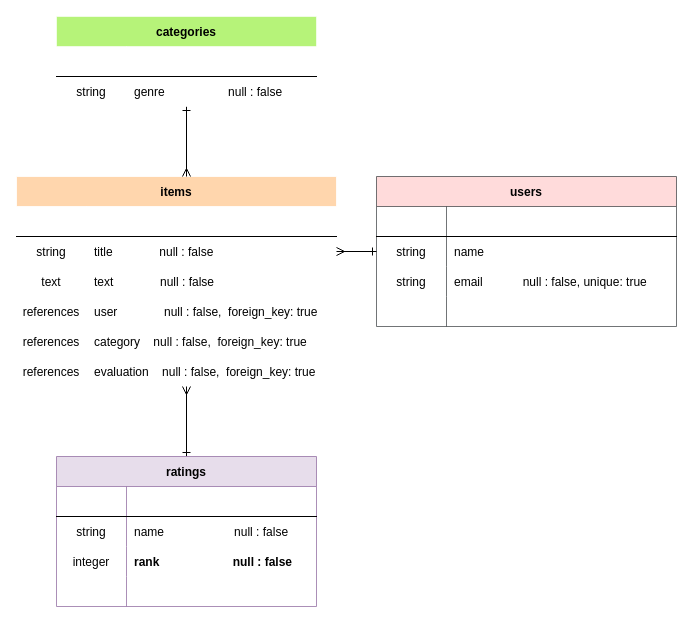
shigeruhanafusa/game_review keeps this draw.io diagram as game_review.dio. Above is the earlier version. Source tidied: cells renumbered, new cells numbered last; positions are measured from the earlier drawing's top-left corner, leaving out a move shared by most shapes. Both pictures are drawn from the tidied source at 100%, with x=0, y=0 at pixel (16, 16).
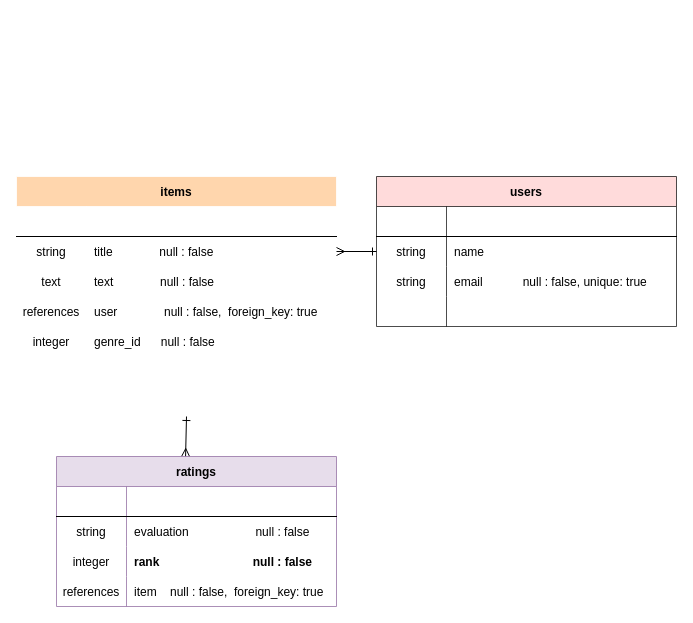
The same diagram, later.

The edit, as a diff of the source:
```diff
@@
     <mxCell id="2" value="items" style="shape=table;startSize=30;childLayout=tableLayout;rowLines=0;fontStyle=1;align=center;fillColor=#ffcc99;strokeColor=#FFFFFF;opacity=80;fontColor=#000000;" parent="1" vertex="1">
-      <mxGeometry y="160" width="320" height="210" as="geometry" />
+      <mxGeometry y="160" width="320" height="240" as="geometry" />
     </mxCell>
@@
+    <mxCell id="57" style="shape=partialRectangle;fillColor=none;top=0;left=0;bottom=0;right=0;strokeColor=default;" parent="2" vertex="1">
+      <mxGeometry y="150" width="320" height="30" as="geometry" />
+    </mxCell>
+    <mxCell id="58" value="integer" style="shape=partialRectangle;fillColor=none;top=0;left=0;bottom=0;right=0;fontStyle=0;overflow=hidden;strokeColor=default;" parent="57" vertex="1">
+      <mxGeometry width="70" height="30" as="geometry" />
+    </mxCell>
+    <mxCell id="59" value="genre_id      null : false" style="shape=partialRectangle;fillColor=none;top=0;left=0;bottom=0;right=0;align=left;spacingLeft=6;fontStyle=0;overflow=hidden;strokeColor=default;" parent="57" vertex="1">
+      <mxGeometry x="70" width="250" height="30" as="geometry" />
+    </mxCell>
     <mxCell id="15" style="shape=partialRectangle;fillColor=none;top=0;left=0;bottom=0;right=0;" parent="2" vertex="1">
-      <mxGeometry y="150" width="320" height="30" as="geometry" />
+      <mxGeometry y="180" width="320" height="30" as="geometry" />
     </mxCell>
-    <mxCell id="16" value="references" style="shape=partialRectangle;fillColor=none;top=0;left=0;bottom=0;right=0;fontStyle=0;overflow=hidden;" parent="15" vertex="1">
+    <mxCell id="16" style="shape=partialRectangle;fillColor=none;top=0;left=0;bottom=0;right=0;fontStyle=0;overflow=hidden;" parent="15" vertex="1">
       <mxGeometry width="70" height="30" as="geometry" />
     </mxCell>
-    <mxCell id="17" value="category    null : false,  foreign_key: true" style="shape=partialRectangle;fillColor=none;top=0;left=0;bottom=0;right=0;align=left;spacingLeft=6;fontStyle=0;overflow=hidden;" parent="15" vertex="1">
+    <mxCell id="17" style="shape=partialRectangle;fillColor=none;top=0;left=0;bottom=0;right=0;align=left;spacingLeft=6;fontStyle=0;overflow=hidden;" parent="15" vertex="1">
       <mxGeometry x="70" width="250" height="30" as="geometry" />
     </mxCell>
     <mxCell id="18" style="shape=partialRectangle;fillColor=none;top=0;left=0;bottom=0;right=0;" parent="2" vertex="1">
-      <mxGeometry y="180" width="320" height="30" as="geometry" />
+      <mxGeometry y="210" width="320" height="30" as="geometry" />
     </mxCell>
-    <mxCell id="19" value="references" style="shape=partialRectangle;fillColor=none;top=0;left=0;bottom=0;right=0;fontStyle=0;overflow=hidden;" parent="18" vertex="1">
+    <mxCell id="19" style="shape=partialRectangle;fillColor=none;top=0;left=0;bottom=0;right=0;fontStyle=0;overflow=hidden;" parent="18" vertex="1">
       <mxGeometry width="70" height="30" as="geometry" />
     </mxCell>
-    <mxCell id="20" value="evaluation    null : false,  foreign_key: true" style="shape=partialRectangle;fillColor=none;top=0;left=0;bottom=0;right=0;align=left;spacingLeft=6;fontStyle=0;overflow=hidden;" parent="18" vertex="1">
+    <mxCell id="20" style="shape=partialRectangle;fillColor=none;top=0;left=0;bottom=0;right=0;align=left;spacingLeft=6;fontStyle=0;overflow=hidden;" parent="18" vertex="1">
       <mxGeometry x="70" width="250" height="30" as="geometry" />
     </mxCell>
-    <mxCell id="21" value="users" style="shape=table;startSize=30;childLayout=tableLayout;rowLines=0;fontStyle=1;align=center;fillColor=#FFCCCC;strokeColor=#36393d;opacity=70;fontColor=#000000;" parent="1" vertex="1">
+    <mxCell id="21" value="users" style="shape=table;startSize=30;childLayout=tableLayout;rowLines=0;fontStyle=1;align=center;fillColor=#FFCCCC;strokeColor=default;opacity=70;fontColor=#000000;" parent="1" vertex="1">
       <mxGeometry x="360" y="160" width="300" height="150" as="geometry" />
     </mxCell>
@@
-    <mxCell id="34" style="edgeStyle=none;html=1;startArrow=ERone;startFill=0;endArrow=ERmany;endFill=0;" parent="1" edge="1" source="35">
-      <mxGeometry relative="1" as="geometry">
-        <mxPoint x="170" y="160" as="targetPoint" />
-      </mxGeometry>
-    </mxCell>
-    <mxCell id="35" value="categories" style="shape=table;startSize=30;childLayout=tableLayout;rowLines=0;fontStyle=1;align=center;fillColor=#85EB20;strokeColor=#FFFFFF;fontColor=#000000;gradientColor=none;opacity=60;swimlaneFillColor=none;" parent="1" vertex="1">
-      <mxGeometry x="40" width="260" height="90" as="geometry" />
-    </mxCell>
-    <mxCell id="36" style="shape=partialRectangle;fillColor=none;top=0;left=0;bottom=1;right=0;" parent="35" vertex="1">
-      <mxGeometry y="30" width="260" height="30" as="geometry" />
-    </mxCell>
-    <mxCell id="37" style="shape=partialRectangle;fillColor=none;top=0;left=0;bottom=0;right=0;fontStyle=1;overflow=hidden;" parent="36" vertex="1">
-      <mxGeometry width="70" height="30" as="geometry" />
-    </mxCell>
-    <mxCell id="38" style="shape=partialRectangle;fillColor=none;top=0;left=0;bottom=0;right=0;align=left;spacingLeft=6;fontStyle=5;overflow=hidden;" parent="36" vertex="1">
-      <mxGeometry x="70" width="190" height="30" as="geometry" />
-    </mxCell>
-    <mxCell id="39" style="shape=partialRectangle;fillColor=none;top=0;left=0;bottom=0;right=0;" parent="35" vertex="1">
-      <mxGeometry y="60" width="260" height="30" as="geometry" />
-    </mxCell>
-    <mxCell id="40" value="string" style="shape=partialRectangle;fillColor=none;top=0;left=0;bottom=0;right=0;overflow=hidden;" parent="39" vertex="1">
-      <mxGeometry width="70" height="30" as="geometry" />
-    </mxCell>
-    <mxCell id="41" value="genre                   null : false" style="shape=partialRectangle;fillColor=none;top=0;left=0;bottom=0;right=0;align=left;spacingLeft=6;overflow=hidden;" parent="39" vertex="1">
-      <mxGeometry x="70" width="190" height="30" as="geometry" />
-    </mxCell>
-    <mxCell id="42" style="edgeStyle=none;html=1;startArrow=ERone;startFill=0;endArrow=ERmany;endFill=0;" parent="1" edge="1" source="43">
+    <mxCell id="42" style="edgeStyle=none;html=1;startArrow=ERmany;startFill=0;endArrow=ERone;endFill=0;exitX=0.461;exitY=0;exitDx=0;exitDy=0;exitPerimeter=0;" parent="1" edge="1" source="43">
       <mxGeometry relative="1" as="geometry">
-        <mxPoint x="170" y="370" as="targetPoint" />
+        <mxPoint x="170" y="400" as="targetPoint" />
       </mxGeometry>
     </mxCell>
     <mxCell id="43" value="ratings" style="shape=table;startSize=30;childLayout=tableLayout;rowLines=0;fontStyle=1;align=center;fillColor=#e1d5e7;strokeColor=#9673a6;opacity=80;fontColor=#000000;" parent="1" vertex="1">
-      <mxGeometry x="40" y="440" width="260" height="150" as="geometry" />
+      <mxGeometry x="40" y="440" width="280" height="150" as="geometry" />
     </mxCell>
     <mxCell id="44" style="shape=partialRectangle;fillColor=none;top=0;left=0;bottom=1;right=0;" parent="43" vertex="1">
-      <mxGeometry y="30" width="260" height="30" as="geometry" />
+      <mxGeometry y="30" width="280" height="30" as="geometry" />
     </mxCell>
@@
     <mxCell id="46" style="shape=partialRectangle;fillColor=none;top=0;left=0;bottom=0;right=0;align=left;spacingLeft=6;fontStyle=5;overflow=hidden;" parent="44" vertex="1">
-      <mxGeometry x="70" width="190" height="30" as="geometry" />
+      <mxGeometry x="70" width="210" height="30" as="geometry" />
     </mxCell>
     <mxCell id="47" style="shape=partialRectangle;fillColor=none;top=0;left=0;bottom=0;right=0;" parent="43" vertex="1">
-      <mxGeometry y="60" width="260" height="30" as="geometry" />
+      <mxGeometry y="60" width="280" height="30" as="geometry" />
     </mxCell>
@@
-    <mxCell id="49" value="name                     null : false" style="shape=partialRectangle;fillColor=none;top=0;left=0;bottom=0;right=0;align=left;spacingLeft=6;overflow=hidden;" parent="47" vertex="1">
-      <mxGeometry x="70" width="190" height="30" as="geometry" />
+    <mxCell id="49" value="evaluation                    null : false" style="shape=partialRectangle;fillColor=none;top=0;left=0;bottom=0;right=0;align=left;spacingLeft=6;overflow=hidden;" parent="47" vertex="1">
+      <mxGeometry x="70" width="210" height="30" as="geometry" />
     </mxCell>
     <mxCell id="50" style="shape=partialRectangle;fillColor=none;top=0;left=0;bottom=0;right=0;" parent="43" vertex="1">
-      <mxGeometry y="90" width="260" height="30" as="geometry" />
+      <mxGeometry y="90" width="280" height="30" as="geometry" />
     </mxCell>
@@
-    <mxCell id="52" value="rank                      null : false" style="shape=partialRectangle;fillColor=none;top=0;left=0;bottom=0;right=0;align=left;spacingLeft=6;overflow=hidden;fontStyle=1;" parent="50" vertex="1">
-      <mxGeometry x="70" width="190" height="30" as="geometry" />
+    <mxCell id="52" value="rank                            null : false" style="shape=partialRectangle;fillColor=none;top=0;left=0;bottom=0;right=0;align=left;spacingLeft=6;overflow=hidden;fontStyle=1;" parent="50" vertex="1">
+      <mxGeometry x="70" width="210" height="30" as="geometry" />
     </mxCell>
     <mxCell id="53" style="shape=partialRectangle;fillColor=none;top=0;left=0;bottom=0;right=0;" parent="43" vertex="1">
-      <mxGeometry y="120" width="260" height="30" as="geometry" />
+      <mxGeometry y="120" width="280" height="30" as="geometry" />
     </mxCell>
-    <mxCell id="54" style="shape=partialRectangle;fillColor=none;top=0;left=0;bottom=0;right=0;overflow=hidden;" parent="53" vertex="1">
+    <mxCell id="54" value="references" style="shape=partialRectangle;fillColor=none;top=0;left=0;bottom=0;right=0;overflow=hidden;" parent="53" vertex="1">
       <mxGeometry width="70" height="30" as="geometry" />
     </mxCell>
-    <mxCell id="55" style="shape=partialRectangle;fillColor=none;top=0;left=0;bottom=0;right=0;align=left;spacingLeft=6;overflow=hidden;" parent="53" vertex="1">
-      <mxGeometry x="70" width="190" height="30" as="geometry" />
+    <mxCell id="55" value="item    null : false,  foreign_key: true" style="shape=partialRectangle;fillColor=none;top=0;left=0;bottom=0;right=0;align=left;spacingLeft=6;overflow=hidden;" parent="53" vertex="1">
+      <mxGeometry x="70" width="210" height="30" as="geometry" />
     </mxCell>
```
